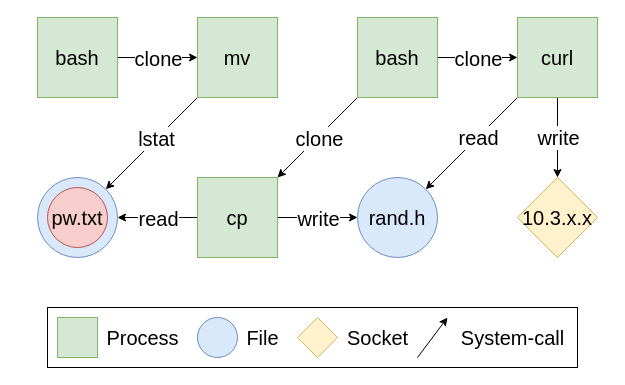
The draw.io diagram page "pg-example" (3 of 5) of figures/shadewatcher-illustrations.drawio in jctemp/paper-gnn-shadewatcher, before the edit. Source tidied: cells renumbered, new cells numbered last; positions are measured from the earlier drawing's top-left corner, leaving out a move shared by most shapes. Both pictures are drawn from the tidied source at 100%, with x=0, y=0 at pixel (37, 17).
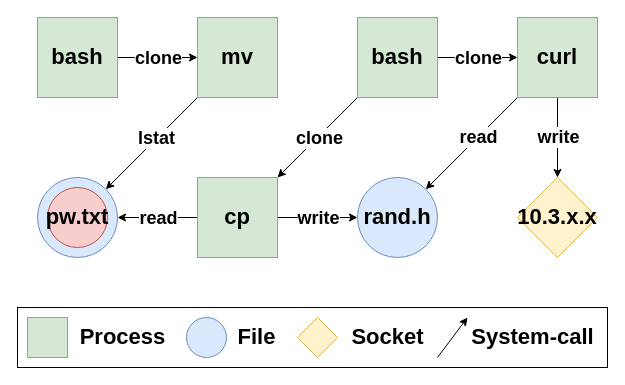
The same page after the edit.

Diff of the diagram source:
```diff
@@
-    <mxCell id="2" style="edgeStyle=orthogonalEdgeStyle;rounded=0;jettySize=auto;html=1;exitX=1;exitY=0.5;exitDx=0;exitDy=0;entryX=0;entryY=0.5;entryDx=0;entryDy=0;fontSize=20;" parent="1" edge="1" source="4" target="8">
+    <mxCell id="2" style="edgeStyle=orthogonalEdgeStyle;rounded=0;jettySize=auto;html=1;exitX=1;exitY=0.5;exitDx=0;exitDy=0;entryX=0;entryY=0.5;entryDx=0;entryDy=0;fontSize=22;fontStyle=1;" parent="1" edge="1" source="4" target="8">
       <mxGeometry relative="1" as="geometry" />
     </mxCell>
-    <mxCell id="3" value="clone" style="edgeLabel;html=1;align=center;verticalAlign=middle;fontSize=20;" parent="2" vertex="1">
+    <mxCell id="3" value="clone" style="edgeLabel;html=1;align=center;verticalAlign=middle;fontSize=18;fontStyle=1;" parent="2" vertex="1">
       <mxGeometry x="-0.32" y="-5" relative="1" as="geometry">
         <mxPoint x="13" y="-5" as="offset" />
       </mxGeometry>
     </mxCell>
-    <mxCell id="4" value="&lt;font style=&quot;font-size: 20px;&quot;&gt;bash&lt;/font&gt;" style="whiteSpace=wrap;html=1;fillColor=#d5e8d4;strokeColor=#82b366;rounded=0;fontSize=20;" parent="1" vertex="1">
+    <mxCell id="4" value="&lt;font style=&quot;font-size: 22px;&quot;&gt;bash&lt;/font&gt;" style="whiteSpace=wrap;html=1;fillColor=#d5e8d4;strokeColor=#82b366;rounded=0;fontSize=22;fontStyle=1;" parent="1" vertex="1">
       <mxGeometry width="80" height="80" as="geometry" />
     </mxCell>
-    <mxCell id="5" value="10.3.x.x" style="rhombus;whiteSpace=wrap;html=1;fillColor=#fff2cc;strokeColor=#d6b656;rounded=0;fontSize=20;" parent="1" vertex="1">
+    <mxCell id="5" value="10.3.x.x" style="rhombus;whiteSpace=wrap;html=1;fillColor=#fff2cc;strokeColor=#d6b656;rounded=0;fontSize=22;fontStyle=1;" parent="1" vertex="1">
       <mxGeometry x="480" y="160" width="80" height="80" as="geometry" />
     </mxCell>
-    <mxCell id="6" style="rounded=0;jettySize=auto;html=1;exitX=0;exitY=1;exitDx=0;exitDy=0;entryX=1;entryY=0;entryDx=0;entryDy=0;fontSize=20;" parent="1" edge="1" source="8">
+    <mxCell id="6" style="rounded=0;jettySize=auto;html=1;exitX=0;exitY=1;exitDx=0;exitDy=0;entryX=1;entryY=0;entryDx=0;entryDy=0;fontSize=22;fontStyle=1;" parent="1" edge="1" source="8">
       <mxGeometry relative="1" as="geometry">
         <mxPoint x="68.3" y="171.7" as="targetPoint" />
       </mxGeometry>
     </mxCell>
-    <mxCell id="7" value="lstat" style="edgeLabel;html=1;align=center;verticalAlign=middle;fontSize=20;" parent="6" vertex="1">
+    <mxCell id="7" value="lstat" style="edgeLabel;html=1;align=center;verticalAlign=middle;fontSize=18;fontStyle=1;" parent="6" vertex="1">
       <mxGeometry x="-0.21" relative="1" as="geometry">
         <mxPoint x="-5" y="4" as="offset" />
       </mxGeometry>
     </mxCell>
-    <mxCell id="8" value="&lt;font style=&quot;font-size: 20px;&quot;&gt;mv&lt;/font&gt;" style="whiteSpace=wrap;html=1;fillColor=#d5e8d4;strokeColor=#82b366;rounded=0;fontSize=20;" parent="1" vertex="1">
+    <mxCell id="8" value="&lt;font style=&quot;font-size: 22px;&quot;&gt;mv&lt;/font&gt;" style="whiteSpace=wrap;html=1;fillColor=#d5e8d4;strokeColor=#82b366;rounded=0;fontSize=22;fontStyle=1;" parent="1" vertex="1">
       <mxGeometry x="160" width="80" height="80" as="geometry" />
     </mxCell>
-    <mxCell id="9" style="rounded=0;jettySize=auto;html=1;exitX=0;exitY=1;exitDx=0;exitDy=0;entryX=1;entryY=0;entryDx=0;entryDy=0;fontSize=20;" parent="1" edge="1" source="13" target="18">
+    <mxCell id="9" style="rounded=0;jettySize=auto;html=1;exitX=0;exitY=1;exitDx=0;exitDy=0;entryX=1;entryY=0;entryDx=0;entryDy=0;fontSize=22;fontStyle=1;" parent="1" edge="1" source="13" target="18">
       <mxGeometry relative="1" as="geometry" />
     </mxCell>
-    <mxCell id="10" value="clone" style="edgeLabel;html=1;align=center;verticalAlign=middle;fontSize=20;" parent="9" vertex="1">
+    <mxCell id="10" value="clone" style="edgeLabel;html=1;align=center;verticalAlign=middle;fontSize=18;fontStyle=1;" parent="9" vertex="1">
       <mxGeometry x="0.21" y="2" relative="1" as="geometry">
         <mxPoint x="8" y="-9" as="offset" />
       </mxGeometry>
     </mxCell>
-    <mxCell id="11" style="edgeStyle=orthogonalEdgeStyle;rounded=0;jettySize=auto;html=1;exitX=1;exitY=0.5;exitDx=0;exitDy=0;entryX=0;entryY=0.5;entryDx=0;entryDy=0;fontSize=20;" parent="1" edge="1" source="13" target="24">
+    <mxCell id="11" style="edgeStyle=orthogonalEdgeStyle;rounded=0;jettySize=auto;html=1;exitX=1;exitY=0.5;exitDx=0;exitDy=0;entryX=0;entryY=0.5;entryDx=0;entryDy=0;fontSize=22;fontStyle=1;" parent="1" edge="1" source="13" target="24">
       <mxGeometry relative="1" as="geometry" />
     </mxCell>
-    <mxCell id="12" value="clone" style="edgeLabel;html=1;align=center;verticalAlign=middle;fontSize=20;" parent="11" vertex="1">
+    <mxCell id="12" value="clone" style="edgeLabel;html=1;align=center;verticalAlign=middle;fontSize=18;fontStyle=1;" parent="11" vertex="1">
       <mxGeometry x="0.19" y="3" relative="1" as="geometry">
         <mxPoint x="-8" y="3" as="offset" />
       </mxGeometry>
     </mxCell>
-    <mxCell id="13" value="&lt;font style=&quot;font-size: 20px;&quot;&gt;bash&lt;/font&gt;" style="whiteSpace=wrap;html=1;fillColor=#d5e8d4;strokeColor=#82b366;rounded=0;fontSize=20;" parent="1" vertex="1">
+    <mxCell id="13" value="&lt;font style=&quot;font-size: 22px;&quot;&gt;bash&lt;/font&gt;" style="whiteSpace=wrap;html=1;fillColor=#d5e8d4;strokeColor=#82b366;rounded=0;fontSize=22;fontStyle=1;" parent="1" vertex="1">
       <mxGeometry x="320" width="80" height="80" as="geometry" />
     </mxCell>
-    <mxCell id="14" style="rounded=0;jettySize=auto;html=1;exitX=0;exitY=0.5;exitDx=0;exitDy=0;entryX=1;entryY=0.5;entryDx=0;entryDy=0;fontSize=20;" parent="1" edge="1" source="18">
+    <mxCell id="14" style="rounded=0;jettySize=auto;html=1;exitX=0;exitY=0.5;exitDx=0;exitDy=0;entryX=1;entryY=0.5;entryDx=0;entryDy=0;fontSize=22;fontStyle=1;" parent="1" edge="1" source="18">
       <mxGeometry relative="1" as="geometry">
         <mxPoint x="80" y="200" as="targetPoint" />
       </mxGeometry>
     </mxCell>
-    <mxCell id="15" value="read" style="edgeLabel;html=1;align=center;verticalAlign=middle;fontSize=20;" parent="14" vertex="1">
+    <mxCell id="15" value="read" style="edgeLabel;html=1;align=center;verticalAlign=middle;fontSize=18;fontStyle=1;" parent="14" vertex="1">
       <mxGeometry x="-0.33" y="5" relative="1" as="geometry">
         <mxPoint x="-13" y="-5" as="offset" />
       </mxGeometry>
     </mxCell>
-    <mxCell id="16" style="edgeStyle=orthogonalEdgeStyle;rounded=0;jettySize=auto;html=1;exitX=1;exitY=0.5;exitDx=0;exitDy=0;entryX=0;entryY=0.5;entryDx=0;entryDy=0;fontSize=20;" parent="1" edge="1" source="18" target="19">
+    <mxCell id="16" style="edgeStyle=orthogonalEdgeStyle;rounded=0;jettySize=auto;html=1;exitX=1;exitY=0.5;exitDx=0;exitDy=0;entryX=0;entryY=0.5;entryDx=0;entryDy=0;fontSize=22;fontStyle=1;" parent="1" edge="1" source="18" target="19">
       <mxGeometry relative="1" as="geometry" />
     </mxCell>
-    <mxCell id="17" value="write" style="edgeLabel;html=1;align=center;verticalAlign=middle;fontSize=20;" parent="16" vertex="1">
+    <mxCell id="17" value="write" style="edgeLabel;html=1;align=center;verticalAlign=middle;fontSize=18;fontStyle=1;" parent="16" vertex="1">
       <mxGeometry x="0.17" y="1" relative="1" as="geometry">
         <mxPoint x="-7" y="1" as="offset" />
       </mxGeometry>
     </mxCell>
-    <mxCell id="18" value="&lt;font style=&quot;font-size: 20px;&quot;&gt;cp&lt;br style=&quot;font-size: 20px;&quot;&gt;&lt;/font&gt;" style="whiteSpace=wrap;html=1;fillColor=#d5e8d4;strokeColor=#82b366;rounded=0;fontSize=20;" parent="1" vertex="1">
+    <mxCell id="18" value="&lt;font style=&quot;font-size: 22px;&quot;&gt;cp&lt;br style=&quot;font-size: 22px;&quot;&gt;&lt;/font&gt;" style="whiteSpace=wrap;html=1;fillColor=#d5e8d4;strokeColor=#82b366;rounded=0;fontSize=22;fontStyle=1;" parent="1" vertex="1">
       <mxGeometry x="160" y="160" width="80" height="80" as="geometry" />
     </mxCell>
-    <mxCell id="19" value="&lt;font style=&quot;font-size: 20px;&quot;&gt;rand.h&lt;/font&gt;" style="ellipse;whiteSpace=wrap;html=1;fillColor=#dae8fc;strokeColor=#6c8ebf;rounded=0;fontSize=20;" parent="1" vertex="1">
+    <mxCell id="19" value="&lt;font style=&quot;font-size: 22px;&quot;&gt;rand.h&lt;/font&gt;" style="ellipse;whiteSpace=wrap;html=1;fillColor=#dae8fc;strokeColor=#6c8ebf;rounded=0;fontSize=22;fontStyle=1;" parent="1" vertex="1">
       <mxGeometry x="320" y="160" width="80" height="80" as="geometry" />
     </mxCell>
-    <mxCell id="20" style="rounded=0;jettySize=auto;html=1;exitX=0;exitY=1;exitDx=0;exitDy=0;entryX=1;entryY=0;entryDx=0;entryDy=0;fontSize=20;" parent="1" edge="1" source="24" target="19">
+    <mxCell id="20" style="rounded=0;jettySize=auto;html=1;exitX=0;exitY=1;exitDx=0;exitDy=0;entryX=1;entryY=0;entryDx=0;entryDy=0;fontSize=22;fontStyle=1;" parent="1" edge="1" source="24" target="19">
       <mxGeometry relative="1" as="geometry" />
     </mxCell>
-    <mxCell id="21" value="read" style="edgeLabel;html=1;align=center;verticalAlign=middle;fontSize=20;" parent="20" vertex="1">
+    <mxCell id="21" value="read" style="edgeLabel;html=1;align=center;verticalAlign=middle;fontSize=18;fontStyle=1;" parent="20" vertex="1">
       <mxGeometry x="0.28" y="3" relative="1" as="geometry">
         <mxPoint x="17" y="-21" as="offset" />
       </mxGeometry>
     </mxCell>
-    <mxCell id="22" style="edgeStyle=orthogonalEdgeStyle;rounded=0;jettySize=auto;html=1;exitX=0.5;exitY=1;exitDx=0;exitDy=0;entryX=0.5;entryY=0;entryDx=0;entryDy=0;fontSize=20;" parent="1" edge="1" source="24" target="5">
+    <mxCell id="22" style="edgeStyle=orthogonalEdgeStyle;rounded=0;jettySize=auto;html=1;exitX=0.5;exitY=1;exitDx=0;exitDy=0;entryX=0.5;entryY=0;entryDx=0;entryDy=0;fontSize=22;fontStyle=1;" parent="1" edge="1" source="24" target="5">
       <mxGeometry relative="1" as="geometry" />
     </mxCell>
-    <mxCell id="23" value="write" style="edgeLabel;html=1;align=center;verticalAlign=middle;fontSize=20;" parent="22" vertex="1">
+    <mxCell id="23" value="write" style="edgeLabel;html=1;align=center;verticalAlign=middle;fontSize=18;fontStyle=1;" parent="22" vertex="1">
       <mxGeometry x="-0.57" y="-5" relative="1" as="geometry">
         <mxPoint x="5" y="22" as="offset" />
       </mxGeometry>
     </mxCell>
-    <mxCell id="24" value="&lt;font style=&quot;font-size: 20px;&quot;&gt;curl&lt;br style=&quot;font-size: 20px;&quot;&gt;&lt;/font&gt;" style="whiteSpace=wrap;html=1;fillColor=#d5e8d4;strokeColor=#82b366;rounded=0;fontSize=20;" parent="1" vertex="1">
+    <mxCell id="24" value="&lt;font style=&quot;font-size: 22px;&quot;&gt;curl&lt;br style=&quot;font-size: 22px;&quot;&gt;&lt;/font&gt;" style="whiteSpace=wrap;html=1;fillColor=#d5e8d4;strokeColor=#82b366;rounded=0;fontSize=22;fontStyle=1;" parent="1" vertex="1">
       <mxGeometry x="480" width="80" height="80" as="geometry" />
     </mxCell>
-    <mxCell id="25" style="ellipse;whiteSpace=wrap;html=1;fillColor=#dae8fc;strokeColor=#6c8ebf;rounded=0;fontSize=20;" parent="1" vertex="1">
+    <mxCell id="25" style="ellipse;whiteSpace=wrap;html=1;fillColor=#dae8fc;strokeColor=#6c8ebf;rounded=0;fontSize=22;fontStyle=1;" parent="1" vertex="1">
       <mxGeometry y="160" width="80" height="80" as="geometry" />
     </mxCell>
-    <mxCell id="26" value="pw.txt" style="ellipse;whiteSpace=wrap;html=1;fillColor=#f8cecc;strokeColor=#b85450;rounded=0;fontSize=20;" parent="1" vertex="1">
+    <mxCell id="26" value="pw.txt" style="ellipse;whiteSpace=wrap;html=1;fillColor=#f8cecc;strokeColor=#b85450;rounded=0;fontSize=22;fontStyle=1;" parent="1" vertex="1">
       <mxGeometry x="10" y="170" width="60" height="60" as="geometry" />
     </mxCell>
-    <mxCell id="27" style="group;" parent="1" vertex="1">
-      <mxGeometry x="10" y="290" width="530" height="60" as="geometry" />
-    </mxCell>
+    <mxCell id="37" style="group;" parent="1" vertex="1">
+      <mxGeometry x="-20" y="290" width="590" height="60" as="geometry" />
+    </mxCell>
-    <mxCell id="28" style="rounded=0;whiteSpace=wrap;html=1;fontSize=20;" parent="27" vertex="1">
-      <mxGeometry width="530" height="60" as="geometry" />
+    <mxCell id="28" style="rounded=0;whiteSpace=wrap;html=1;fontSize=22;fontStyle=1;" parent="37" vertex="1">
+      <mxGeometry width="590" height="60" as="geometry" />
     </mxCell>
-    <mxCell id="29" style="whiteSpace=wrap;html=1;fillColor=#d5e8d4;strokeColor=#82b366;rounded=0;fontSize=20;" parent="27" vertex="1">
+    <mxCell id="29" style="whiteSpace=wrap;html=1;fillColor=#d5e8d4;strokeColor=#82b366;rounded=0;fontSize=22;fontStyle=1;" parent="37" vertex="1">
       <mxGeometry x="10" y="10" width="40" height="40" as="geometry" />
     </mxCell>
-    <mxCell id="30" style="ellipse;whiteSpace=wrap;html=1;fillColor=#dae8fc;strokeColor=#6c8ebf;rounded=0;fontSize=20;" parent="27" vertex="1">
-      <mxGeometry x="150" y="10" width="40" height="40" as="geometry" />
+    <mxCell id="30" style="ellipse;whiteSpace=wrap;html=1;fillColor=#dae8fc;strokeColor=#6c8ebf;rounded=0;fontSize=22;fontStyle=1;" parent="37" vertex="1">
+      <mxGeometry x="169" y="10" width="40" height="40" as="geometry" />
     </mxCell>
-    <mxCell id="31" style="rhombus;whiteSpace=wrap;html=1;fillColor=#fff2cc;strokeColor=#d6b656;rounded=0;fontSize=20;" parent="27" vertex="1">
-      <mxGeometry x="250" y="10" width="40" height="40" as="geometry" />
+    <mxCell id="31" style="rhombus;whiteSpace=wrap;html=1;fillColor=#fff2cc;strokeColor=#d6b656;rounded=0;fontSize=22;fontStyle=1;" parent="37" vertex="1">
+      <mxGeometry x="280" y="10" width="40" height="40" as="geometry" />
     </mxCell>
-    <mxCell id="32" value="Process" style="text;html=1;align=center;verticalAlign=middle;strokeColor=none;fillColor=none;fontSize=20;" parent="27" vertex="1">
-      <mxGeometry x="45" y="10" width="100" height="40" as="geometry" />
+    <mxCell id="32" value="Process" style="text;html=1;align=center;verticalAlign=middle;strokeColor=none;fillColor=none;fontSize=22;fontStyle=1;" parent="37" vertex="1">
+      <mxGeometry x="50" y="10" width="110" height="40" as="geometry" />
     </mxCell>
-    <mxCell id="33" value="File" style="text;html=1;align=center;verticalAlign=middle;strokeColor=none;fillColor=none;fontSize=20;" parent="27" vertex="1">
-      <mxGeometry x="185" y="10" width="60" height="40" as="geometry" />
+    <mxCell id="33" value="File" style="text;html=1;align=center;verticalAlign=middle;strokeColor=none;fillColor=none;fontSize=22;fontStyle=1;" parent="37" vertex="1">
+      <mxGeometry x="209" y="10" width="60" height="40" as="geometry" />
     </mxCell>
-    <mxCell id="34" value="Socket" style="text;html=1;align=center;verticalAlign=middle;strokeColor=none;fillColor=none;fontSize=20;" parent="27" vertex="1">
-      <mxGeometry x="290" y="10" width="80" height="40" as="geometry" />
+    <mxCell id="34" value="Socket" style="text;html=1;align=center;verticalAlign=middle;strokeColor=none;fillColor=none;fontSize=22;fontStyle=1;" parent="37" vertex="1">
+      <mxGeometry x="320" y="10" width="100" height="40" as="geometry" />
     </mxCell>
-    <mxCell id="35" style="endArrow=classic;html=1;rounded=0;fontSize=20;" parent="27" edge="1">
+    <mxCell id="35" style="endArrow=classic;html=1;rounded=0;fontSize=22;fontStyle=1;" parent="37" edge="1">
       <mxGeometry relative="1" as="geometry">
-        <mxPoint x="370" y="50" as="sourcePoint" />
-        <mxPoint x="400" y="10" as="targetPoint" />
+        <mxPoint x="420" y="50" as="sourcePoint" />
+        <mxPoint x="450" y="10" as="targetPoint" />
       </mxGeometry>
     </mxCell>
-    <mxCell id="36" value="System-call" style="text;html=1;align=center;verticalAlign=middle;strokeColor=none;fillColor=none;fontSize=20;" parent="27" vertex="1">
-      <mxGeometry x="400" y="10" width="130" height="40" as="geometry" />
+    <mxCell id="36" value="System-call" style="text;html=1;align=center;verticalAlign=middle;strokeColor=none;fillColor=none;fontSize=22;fontStyle=1;" parent="37" vertex="1">
+      <mxGeometry x="440" y="10" width="150" height="40" as="geometry" />
     </mxCell>
```
